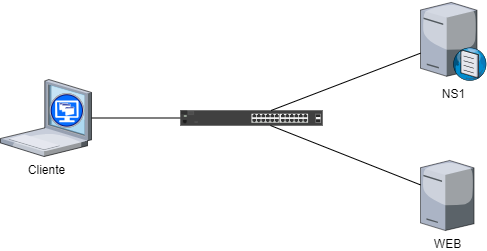
Above: AvaliaçãoP2ASOR.drawio.png in tmferreira-ti/ASOR (draw.io), before the change. Source tidied: cells renumbered, new cells last; positions are measured from the earlier drawing's top-left corner, leaving out a move shared by most shapes.
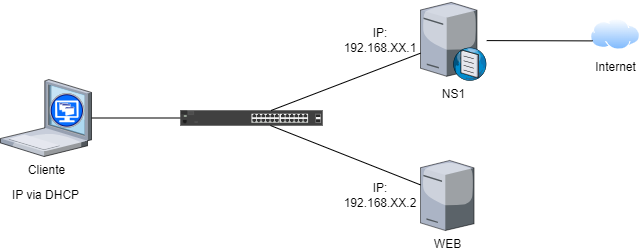
The same diagram one commit later.

Diff of the diagram source:
```diff
@@ -23,5 +23,20 @@
     <mxCell id="8" style="endArrow=none;html=1;rounded=0;" parent="1" edge="1" source="4" target="5">
       <mxGeometry relative="1" as="geometry" />
     </mxCell>
+    <mxCell id="9" value="IP via DHCP" style="text;html=1;align=center;verticalAlign=middle;strokeColor=none;fillColor=none;" parent="1" vertex="1">
+      <mxGeometry y="180" width="90" height="30" as="geometry" />
+    </mxCell>
+    <mxCell id="10" value="Internet" style="image;perimeter=ellipsePerimeter;html=1;align=center;shadow=0;dashed=0;spacingTop=3;image=img/lib/active_directory/internet_cloud.svg;" parent="1" vertex="1">
+      <mxGeometry x="590" y="18.2" width="50" height="31.5" as="geometry" />
+    </mxCell>
+    <mxCell id="11" style="endArrow=none;html=1;rounded=0;exitX=0;exitY=0.75;exitDx=0;exitDy=0;" parent="1" edge="1" source="10" target="2">
+      <mxGeometry relative="1" as="geometry" />
+    </mxCell>
+    <mxCell id="12" value="IP: 192.168.XX.1" style="text;html=1;align=center;verticalAlign=middle;whiteSpace=wrap;rounded=0;" parent="1" vertex="1">
+      <mxGeometry x="350" y="25" width="60" height="30" as="geometry" />
+    </mxCell>
+    <mxCell id="13" value="IP: 192.168.XX.2" style="text;html=1;align=center;verticalAlign=middle;whiteSpace=wrap;rounded=0;" parent="1" vertex="1">
+      <mxGeometry x="350" y="180" width="60" height="30" as="geometry" />
+    </mxCell>
   </root>
 </mxGraphModel>
```
